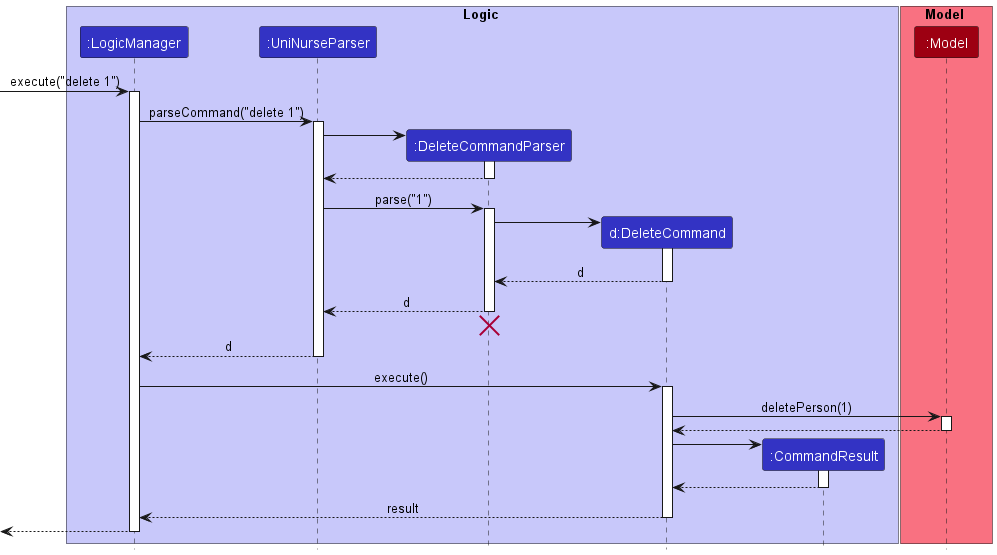
Earlier version of the PlantUML export docs/images/DeleteSequenceDiagram.png (nus-cs2103-AY2223S1/tp).
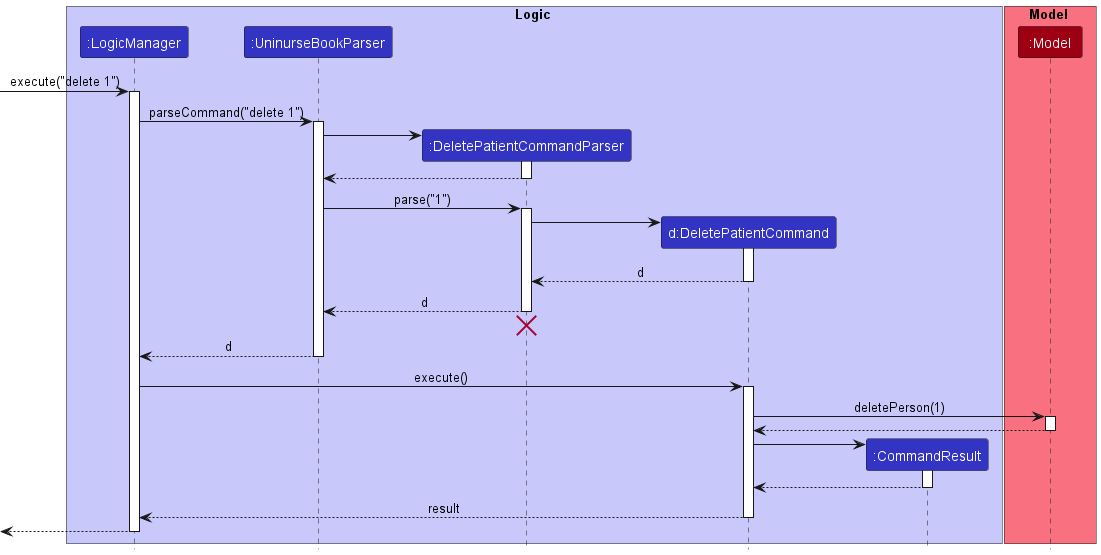
After the commit.

Commit message:
Update UniNurseParser to UninurseBookParser and DeleteCommand to DeletePatientCommand

The edit, as a diff of the source:
```diff
@@ -3,9 +3,9 @@
 
 box Logic LOGIC_COLOR_T1
 participant ":LogicManager" as LogicManager LOGIC_COLOR
-participant ":UniNurseParser" as UniNurseParser LOGIC_COLOR
-participant ":DeleteCommandParser" as DeleteCommandParser LOGIC_COLOR
-participant "d:DeleteCommand" as DeleteCommand LOGIC_COLOR
+participant ":UninurseBookParser" as UninurseBookParser LOGIC_COLOR
+participant ":DeletePatientCommandParser" as DeleteCommandParser LOGIC_COLOR
+participant "d:DeletePatientCommand" as DeletePatientCommand LOGIC_COLOR
 participant ":CommandResult" as CommandResult LOGIC_COLOR
 end box
 
@@ -16,52 +16,52 @@
 [-> LogicManager : execute("delete 1")
 activate LogicManager
 
-LogicManager -> UniNurseParser : parseCommand("delete 1")
-activate UniNurseParser
+LogicManager -> UninurseBookParser : parseCommand("delete 1")
+activate UninurseBookParser
 
 create DeleteCommandParser
-UniNurseParser -> DeleteCommandParser
+UninurseBookParser -> DeleteCommandParser
 activate DeleteCommandParser
 
-DeleteCommandParser --> UniNurseParser
+DeleteCommandParser --> UninurseBookParser
 deactivate DeleteCommandParser
 
-UniNurseParser -> DeleteCommandParser : parse("1")
+UninurseBookParser -> DeleteCommandParser : parse("1")
 activate DeleteCommandParser
 
-create DeleteCommand
-DeleteCommandParser -> DeleteCommand
-activate DeleteCommand
+create DeletePatientCommand
+DeleteCommandParser -> DeletePatientCommand
+activate DeletePatientCommand
 
-DeleteCommand --> DeleteCommandParser : d
-deactivate DeleteCommand
+DeletePatientCommand --> DeleteCommandParser : d
+deactivate DeletePatientCommand
 
-DeleteCommandParser --> UniNurseParser : d
+DeleteCommandParser --> UninurseBookParser : d
 deactivate DeleteCommandParser
-DeleteCommandParser -[hidden]-> UniNurseParser
+DeleteCommandParser -[hidden]-> UninurseBookParser
 destroy DeleteCommandParser
 
-UniNurseParser --> LogicManager : d
-deactivate UniNurseParser
+UninurseBookParser --> LogicManager : d
+deactivate UninurseBookParser
 
-LogicManager -> DeleteCommand : execute()
-activate DeleteCommand
+LogicManager -> DeletePatientCommand : execute()
+activate DeletePatientCommand
 
-DeleteCommand -> Model : deletePerson(1)
+DeletePatientCommand -> Model : deletePerson(1)
 activate Model
 
-Model --> DeleteCommand
+Model --> DeletePatientCommand
 deactivate Model
 
 create CommandResult
-DeleteCommand -> CommandResult
+DeletePatientCommand -> CommandResult
 activate CommandResult
 
-CommandResult --> DeleteCommand
+CommandResult --> DeletePatientCommand
 deactivate CommandResult
 
-DeleteCommand --> LogicManager : result
-deactivate DeleteCommand
+DeletePatientCommand --> LogicManager : result
+deactivate DeletePatientCommand
 
 [<--LogicManager
 deactivate LogicManager
```
